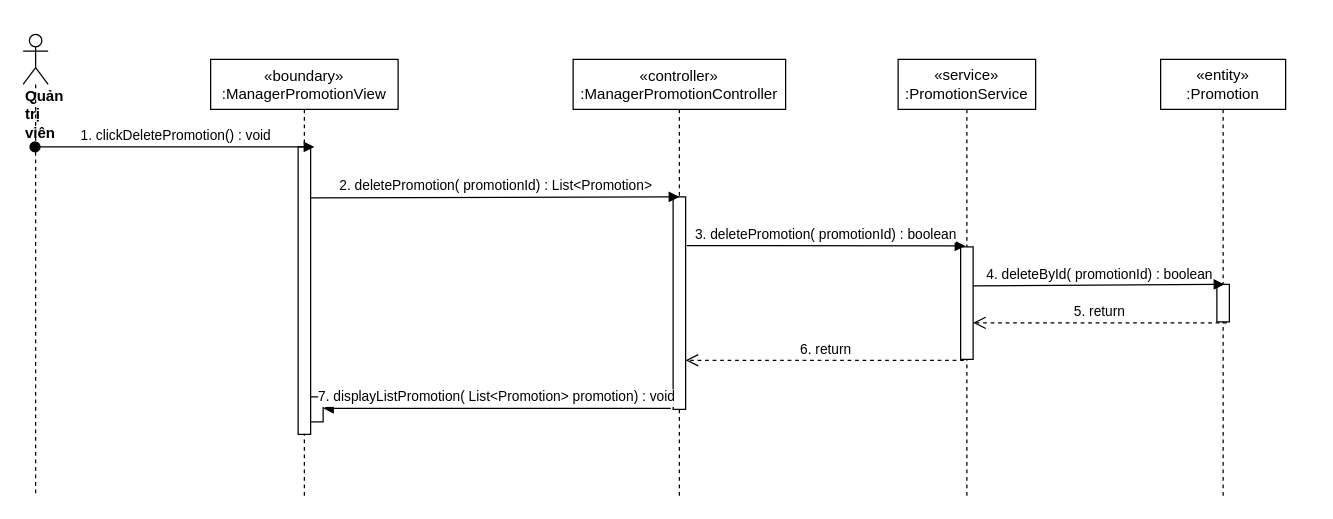
Above: sequence diagram/delete-promotion-manager.drawio in nguyenphamvan/datn_20202 (draw.io), before the change. Source tidied: cells renumbered, new cells numbered last; positions are measured from the earlier drawing's top-left corner, leaving out a move shared by most shapes. Both pictures are drawn from the tidied source at 125%, with x=0, y=0 at pixel (22, 34).
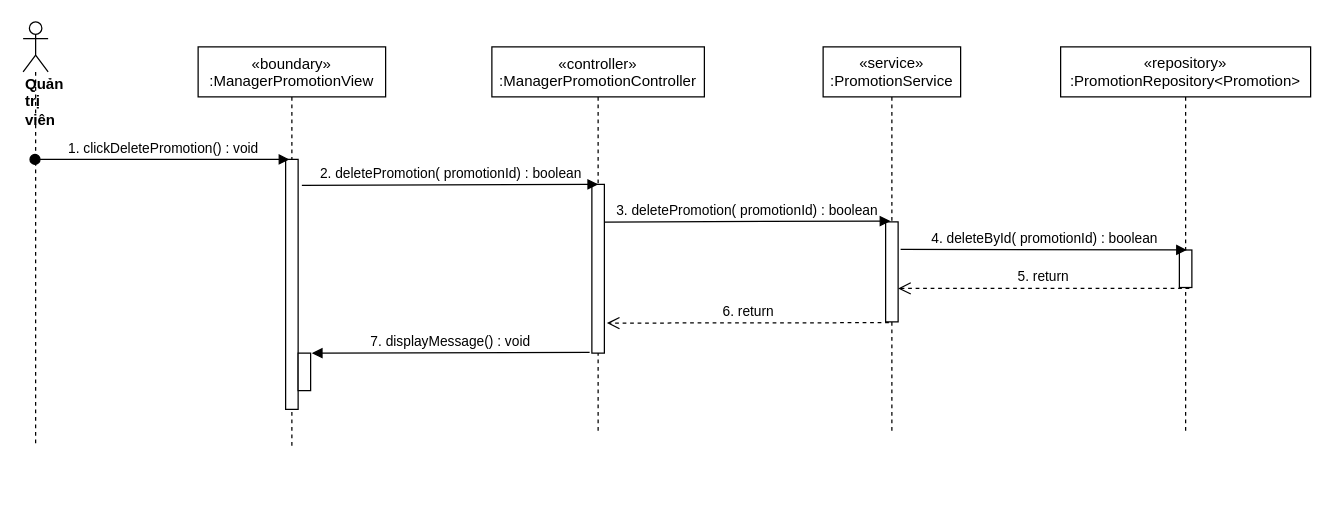
The same diagram, later.

The edit, as a diff of the source:
```diff
@@
     <mxCell id="2" value="«boundary»&#10;:ManagerPromotionView" style="shape=umlLifeline;perimeter=lifelinePerimeter;rounded=0;shadow=0;strokeWidth=1;" parent="1" vertex="1">
-      <mxGeometry x="150" y="20" width="150" height="350" as="geometry" />
+      <mxGeometry x="140" y="10" width="150" height="320" as="geometry" />
     </mxCell>
     <mxCell id="3" style="html=1;points=[];perimeter=orthogonalPerimeter;" parent="2" vertex="1">
-      <mxGeometry x="70" y="70" width="10" height="230" as="geometry" />
+      <mxGeometry x="70" y="90" width="10" height="200" as="geometry" />
     </mxCell>
-    <mxCell id="4" style="html=1;points=[];perimeter=orthogonalPerimeter;" parent="2" vertex="1">
-      <mxGeometry x="80" y="270" width="10" height="20" as="geometry" />
-    </mxCell>
     <mxCell id="5" value="«controller»&#10;:ManagerPromotionController" style="shape=umlLifeline;perimeter=lifelinePerimeter;rounded=0;shadow=0;strokeWidth=1;size=40;" parent="1" vertex="1">
-      <mxGeometry x="440" y="20" width="170" height="350" as="geometry" />
+      <mxGeometry x="375" y="10" width="170" height="310" as="geometry" />
     </mxCell>
     <mxCell id="6" style="points=[];perimeter=orthogonalPerimeter;rounded=0;shadow=0;strokeWidth=1;" parent="5" vertex="1">
-      <mxGeometry x="80" y="110" width="10" height="170" as="geometry" />
+      <mxGeometry x="80" y="110" width="10" height="135" as="geometry" />
     </mxCell>
     <mxCell id="7" value="&lt;div&gt;&lt;b&gt;Quản trị viên&lt;/b&gt;&lt;/div&gt;" style="shape=umlLifeline;participant=umlActor;perimeter=lifelinePerimeter;whiteSpace=wrap;html=1;verticalAlign=top;spacingTop=36;outlineConnect=0;align=left;" parent="1" vertex="1">
-      <mxGeometry width="20" height="370" as="geometry" />
+      <mxGeometry y="-10" width="20" height="340" as="geometry" />
     </mxCell>
     <mxCell id="8" value="&lt;span&gt;«service»&lt;br&gt;&lt;/span&gt;:PromotionService" style="shape=umlLifeline;perimeter=lifelinePerimeter;whiteSpace=wrap;html=1;" parent="1" vertex="1">
-      <mxGeometry x="700" y="20" width="110" height="350" as="geometry" />
+      <mxGeometry x="640" y="10" width="110" height="310" as="geometry" />
     </mxCell>
     <mxCell id="9" style="points=[];perimeter=orthogonalPerimeter;rounded=0;shadow=0;strokeWidth=1;" parent="8" vertex="1">
-      <mxGeometry x="50" y="150" width="10" height="90" as="geometry" />
+      <mxGeometry x="50" y="140" width="10" height="80" as="geometry" />
     </mxCell>
-    <mxCell id="10" value="1. clickDeletePromotion() : void" style="html=1;verticalAlign=bottom;startArrow=oval;startFill=1;endArrow=block;startSize=8;entryX=-0.2;entryY=0;entryDx=0;entryDy=0;entryPerimeter=0;" parent="1" edge="1" source="7">
-      <mxGeometry relative="1" as="geometry">
-        <mxPoint x="233" y="90" as="targetPoint" />
-      </mxGeometry>
+    <mxCell id="10" value="1. clickDeletePromotion() : void" style="html=1;verticalAlign=bottom;startArrow=oval;startFill=1;endArrow=block;startSize=8;entryX=0.3;entryY=0;entryDx=0;entryDy=0;entryPerimeter=0;" parent="1" edge="1" source="7" target="3">
+      <mxGeometry relative="1" as="geometry" />
     </mxCell>
-    <mxCell id="11" value="2. deletePromotion( promotionId) : List&amp;lt;Promotion&amp;gt;" style="html=1;verticalAlign=bottom;endArrow=block;entryX=0.5;entryY=0;entryDx=0;entryDy=0;entryPerimeter=0;exitX=0.98;exitY=0.177;exitDx=0;exitDy=0;exitPerimeter=0;" parent="1" edge="1" source="3" target="6">
+    <mxCell id="11" value="2. deletePromotion( promotionId) : boolean" style="html=1;verticalAlign=bottom;endArrow=block;entryX=0.5;entryY=0;entryDx=0;entryDy=0;entryPerimeter=0;exitX=1.3;exitY=0.104;exitDx=0;exitDy=0;exitPerimeter=0;" parent="1" edge="1" source="3" target="6">
       <mxGeometry relative="1" as="geometry" />
     </mxCell>
-    <mxCell id="12" value="&lt;span&gt;«entity»&lt;br&gt;&lt;/span&gt;:Promotion" style="shape=umlLifeline;perimeter=lifelinePerimeter;whiteSpace=wrap;html=1;" parent="1" vertex="1">
-      <mxGeometry x="910" y="20" width="100" height="350" as="geometry" />
+    <mxCell id="12" value="&lt;span&gt;«repository»&lt;br&gt;&lt;/span&gt;:PromotionRepository&amp;lt;Promotion&amp;gt;" style="shape=umlLifeline;perimeter=lifelinePerimeter;whiteSpace=wrap;html=1;" parent="1" vertex="1">
+      <mxGeometry x="830" y="10" width="200" height="310" as="geometry" />
     </mxCell>
     <mxCell id="13" style="points=[];perimeter=orthogonalPerimeter;rounded=0;shadow=0;strokeWidth=1;" parent="12" vertex="1">
-      <mxGeometry x="45" y="180" width="10" height="30" as="geometry" />
+      <mxGeometry x="95" y="162.5" width="10" height="30" as="geometry" />
     </mxCell>
-    <mxCell id="14" value="3. deletePromotion( promotionId) : boolean" style="html=1;verticalAlign=bottom;endArrow=block;entryX=0.38;entryY=-0.008;entryDx=0;entryDy=0;entryPerimeter=0;" parent="1" edge="1" target="9">
-      <mxGeometry relative="1" as="geometry">
-        <mxPoint x="531" y="169" as="sourcePoint" />
-      </mxGeometry>
+    <mxCell id="14" value="3. deletePromotion( promotionId) : boolean" style="html=1;verticalAlign=bottom;endArrow=block;entryX=0.38;entryY=-0.008;entryDx=0;entryDy=0;entryPerimeter=0;exitX=1;exitY=0.223;exitDx=0;exitDy=0;exitPerimeter=0;" parent="1" edge="1" source="6" target="9">
+      <mxGeometry relative="1" as="geometry" />
     </mxCell>
-    <mxCell id="15" value="6. return" style="html=1;verticalAlign=bottom;endArrow=open;dashed=1;endSize=8;exitX=0.26;exitY=1.008;exitDx=0;exitDy=0;exitPerimeter=0;entryX=1;entryY=0.769;entryDx=0;entryDy=0;entryPerimeter=0;" parent="1" edge="1" source="9" target="6">
+    <mxCell id="15" value="6. return" style="html=1;verticalAlign=bottom;endArrow=open;dashed=1;endSize=8;exitX=0.26;exitY=1.008;exitDx=0;exitDy=0;exitPerimeter=0;entryX=1.2;entryY=0.822;entryDx=0;entryDy=0;entryPerimeter=0;" parent="1" edge="1" source="9" target="6">
       <mxGeometry relative="1" as="geometry" />
     </mxCell>
-    <mxCell id="16" value="4. deleteById( promotionId) : boolean" style="html=1;verticalAlign=bottom;endArrow=block;entryX=0.6;entryY=0;entryDx=0;entryDy=0;entryPerimeter=0;exitX=0.98;exitY=0.347;exitDx=0;exitDy=0;exitPerimeter=0;" parent="1" edge="1" source="9" target="13">
+    <mxCell id="16" value="4. deleteById( promotionId) : boolean" style="html=1;verticalAlign=bottom;endArrow=block;entryX=0.6;entryY=0;entryDx=0;entryDy=0;entryPerimeter=0;exitX=1.2;exitY=0.275;exitDx=0;exitDy=0;exitPerimeter=0;" parent="1" edge="1" source="9" target="13">
       <mxGeometry relative="1" as="geometry" />
     </mxCell>
@@
-    <mxCell id="18" value="7. displayListPromotion( List&lt;Promotion&gt; promotion) : void" style="verticalAlign=bottom;endArrow=block;shadow=0;strokeWidth=1;exitX=-0.18;exitY=0.995;exitDx=0;exitDy=0;exitPerimeter=0;" parent="1" edge="1" source="6" target="4">
+    <mxCell id="18" value="7. displayMessage() : void" style="verticalAlign=bottom;endArrow=block;shadow=0;strokeWidth=1;exitX=-0.18;exitY=0.995;exitDx=0;exitDy=0;exitPerimeter=0;entryX=1.1;entryY=0;entryDx=0;entryDy=0;entryPerimeter=0;" parent="1" edge="1" source="6" target="19">
       <mxGeometry relative="1" as="geometry" />
     </mxCell>
+    <mxCell id="19" style="html=1;points=[];perimeter=orthogonalPerimeter;" parent="1" vertex="1">
+      <mxGeometry x="220" y="255" width="10" height="30" as="geometry" />
+    </mxCell>
```
